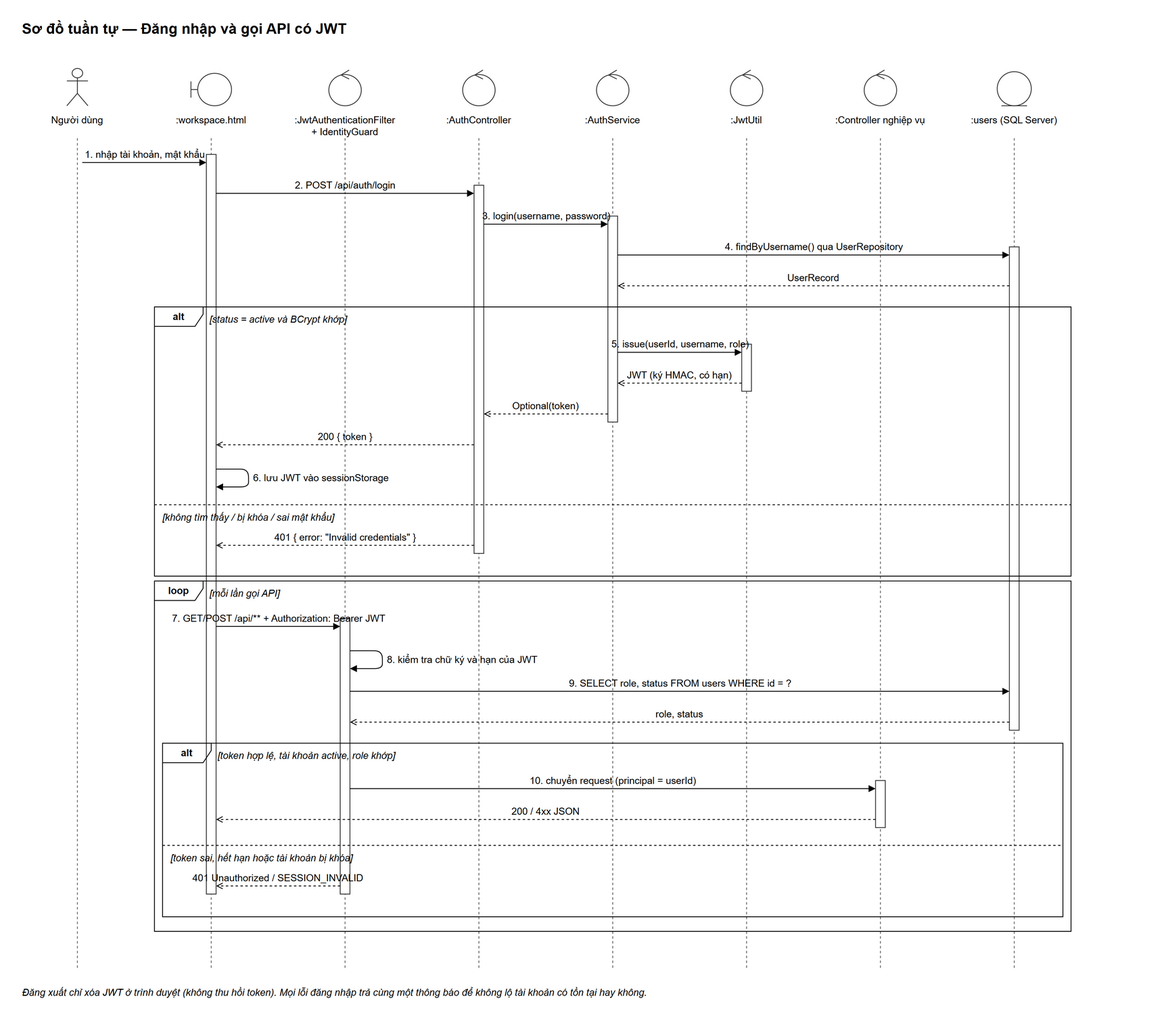
Before: Docs/diagrams/30-tt-dang-nhap-va-goi-api.drawio.png, a diagram exported from draw.io (XuanAnh1312/Schedule-Manager). Source tidied: cells renumbered, new cells last; positions are measured from the earlier drawing's top-left corner, leaving out a move shared by most shapes.
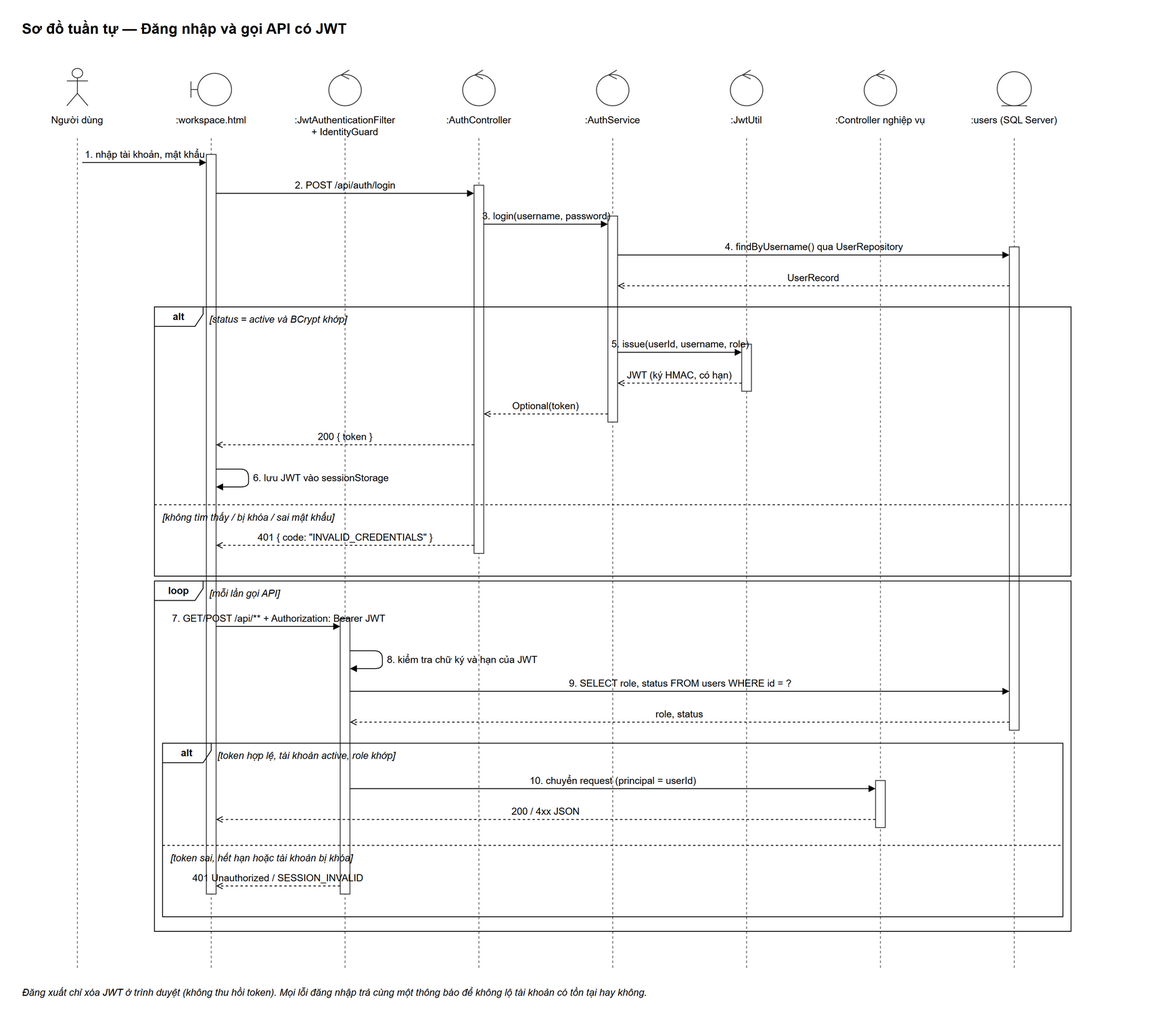
Above is the later version.

Commit message:
docs: sửa lỗi đăng nhập theo code hiện tại (401 INVALID_CREDENTIALS)

The edit, as a diff of the source:
```diff
@@ -186,7 +186,7 @@
         </Array>
       </mxGeometry>
     </mxCell>
-    <mxCell id="44" value="401 { error: &quot;Invalid credentials&quot; }" style="html=1;fontSize=12;endArrow=open;dashed=1;endFill=0;verticalAlign=bottom;labelBackgroundColor=none;" parent="1" edge="1">
+    <mxCell id="44" value="401 { code: &quot;INVALID_CREDENTIALS&quot; }" style="html=1;fontSize=12;endArrow=open;dashed=1;endFill=0;verticalAlign=bottom;labelBackgroundColor=none;" parent="1" edge="1">
       <mxGeometry relative="1" as="geometry">
         <mxPoint x="564" y="652" as="sourcePoint" />
         <mxPoint x="246" y="652" as="targetPoint" />
```
